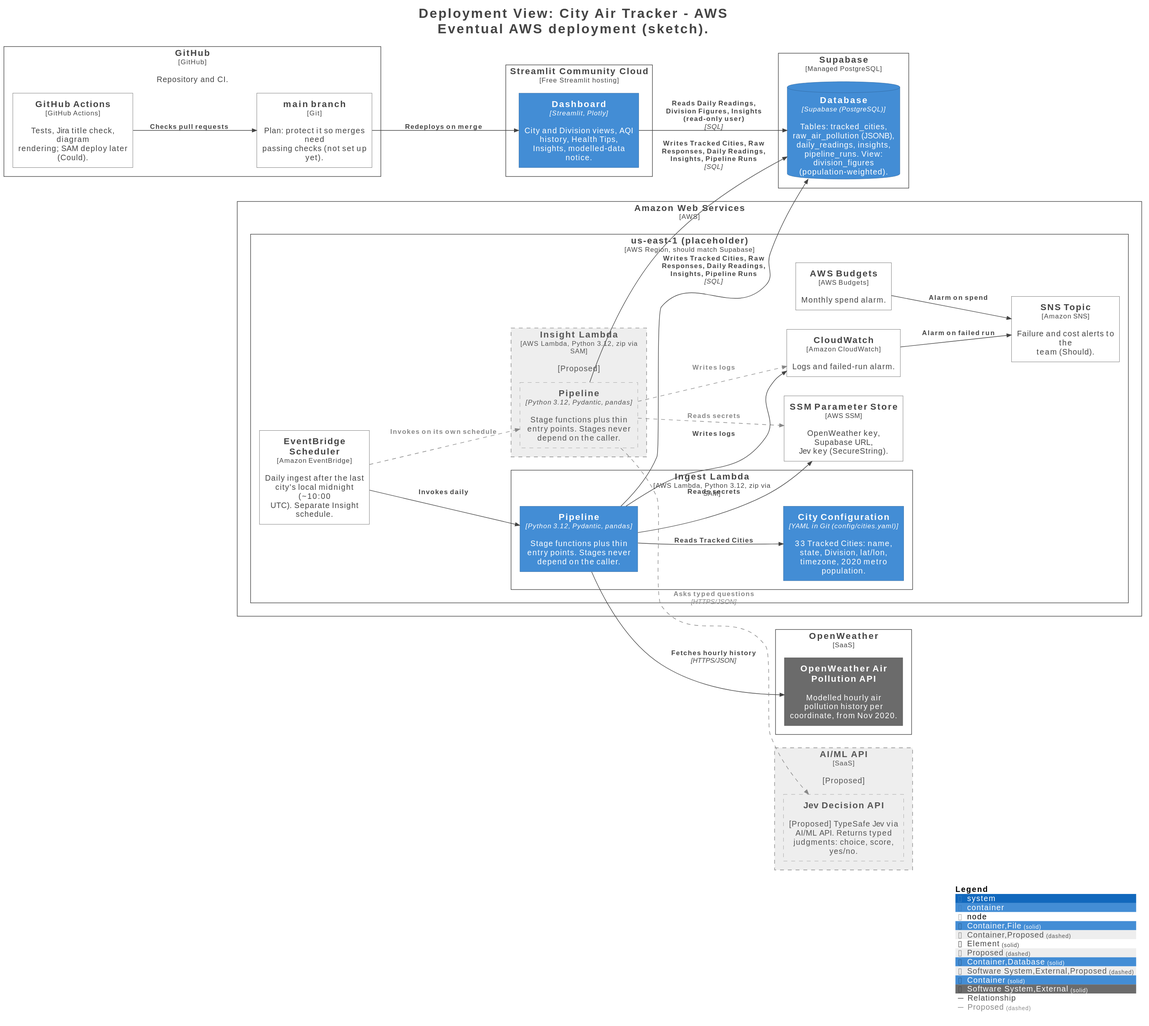
Above: docs/architecture/svg/Deployment-AWS.svg in Code-the-Dream-School/fall-practicum-py-team3 (PlantUML), before the change.
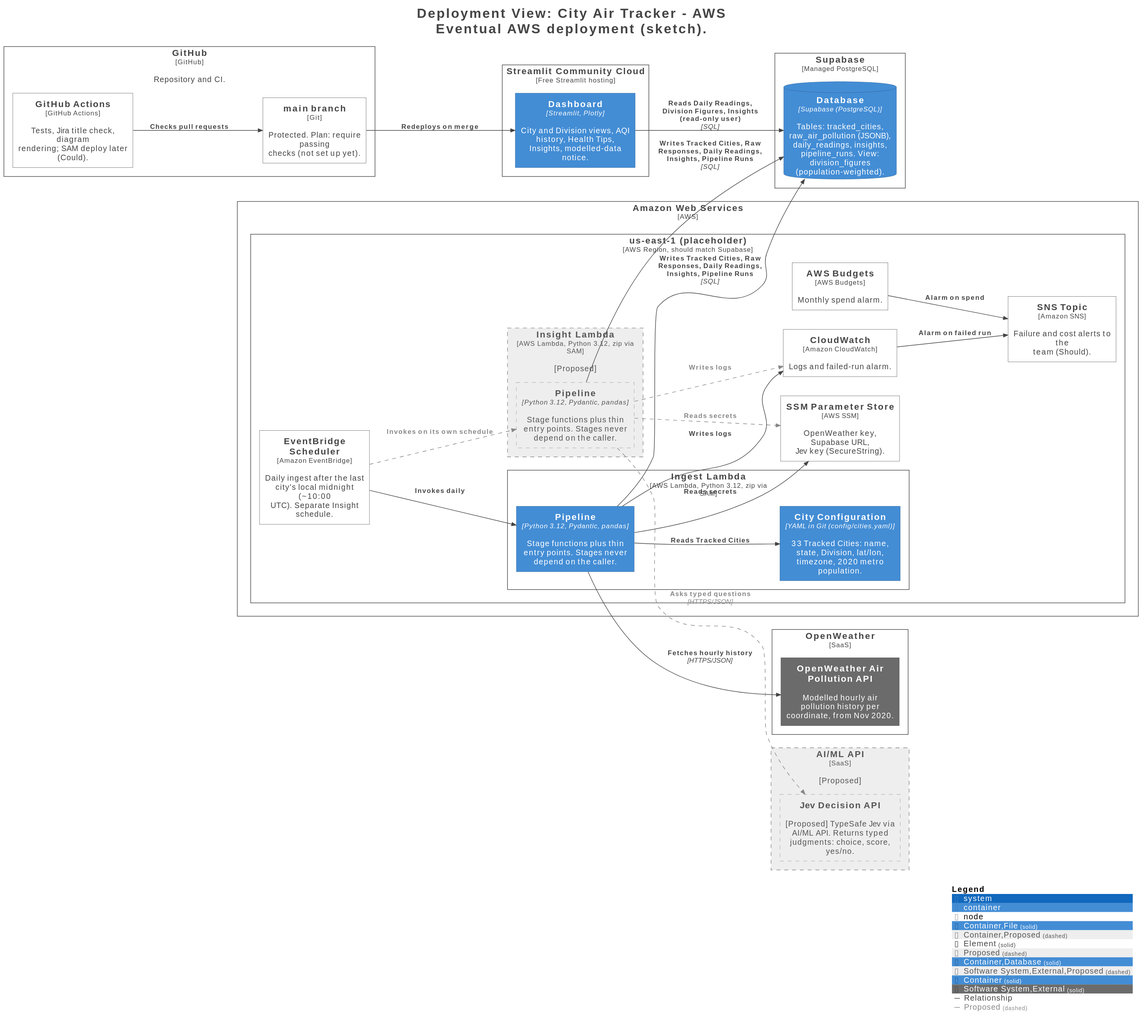
After the commit.

Diff of the diagram source:
```diff
@@ -37,7 +37,7 @@
 }
 
 Deployment_Node(AWS.GitHub, "GitHub", $type="GitHub", $descr="Repository and CI.", $tags="Element", $link="") {
-  Deployment_Node(AWS.GitHub.mainbranch, "main branch", $type="Git", $descr="Plan: protect it so merges need passing checks (not set up yet).", $tags="Element", $link="")
+  Deployment_Node(AWS.GitHub.mainbranch, "main branch", $type="Git", $descr="Protected. Plan: require passing checks (not set up yet).", $tags="Element", $link="")
   Deployment_Node(AWS.GitHub.GitHubActions, "GitHub Actions", $type="GitHub Actions", $descr="Tests, Jira title check, diagram rendering; SAM deploy later (Could).", $tags="Element", $link="")
 }
 
```
